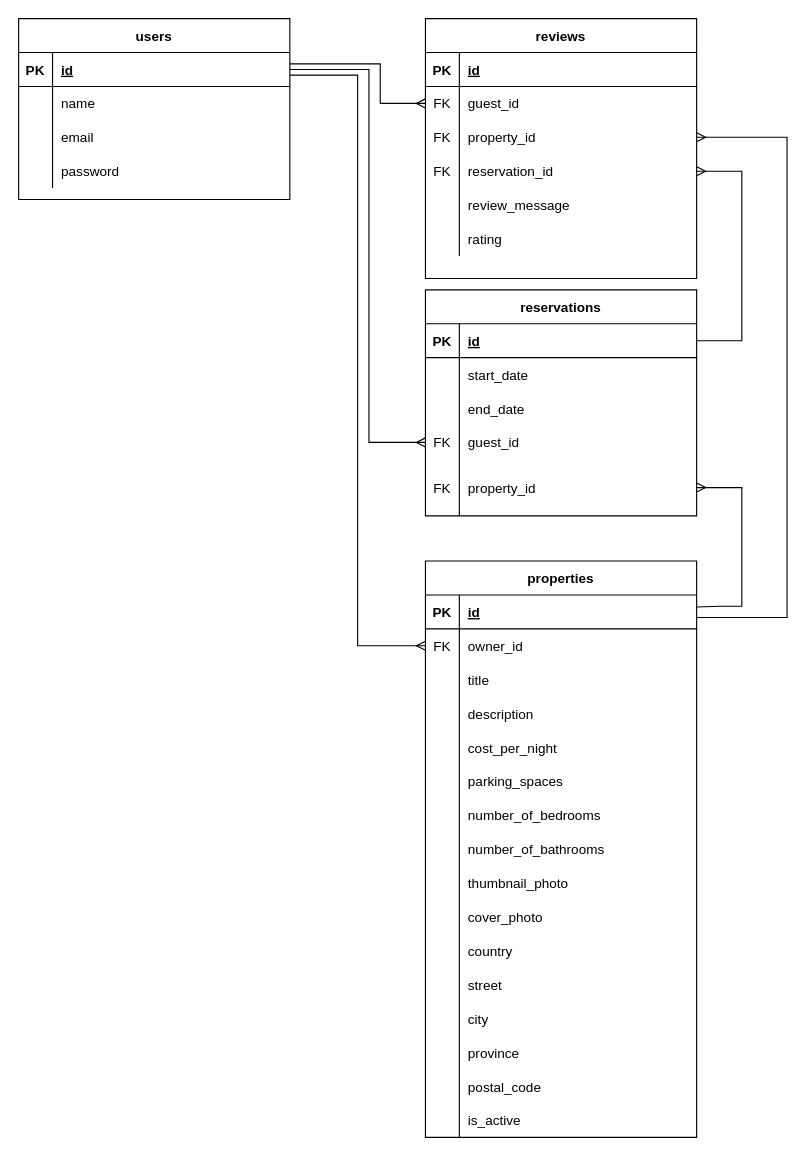
Earlier version of the draw.io diagram LighthouseBnB.drawio (Emily-Waters/LightBnB). Source tidied: cells renumbered, new cells numbered last; positions are measured from the earlier drawing's top-left corner, leaving out a move shared by most shapes. Both pictures are drawn from the tidied source at 113%, with x=0, y=0 at pixel (18, 18).
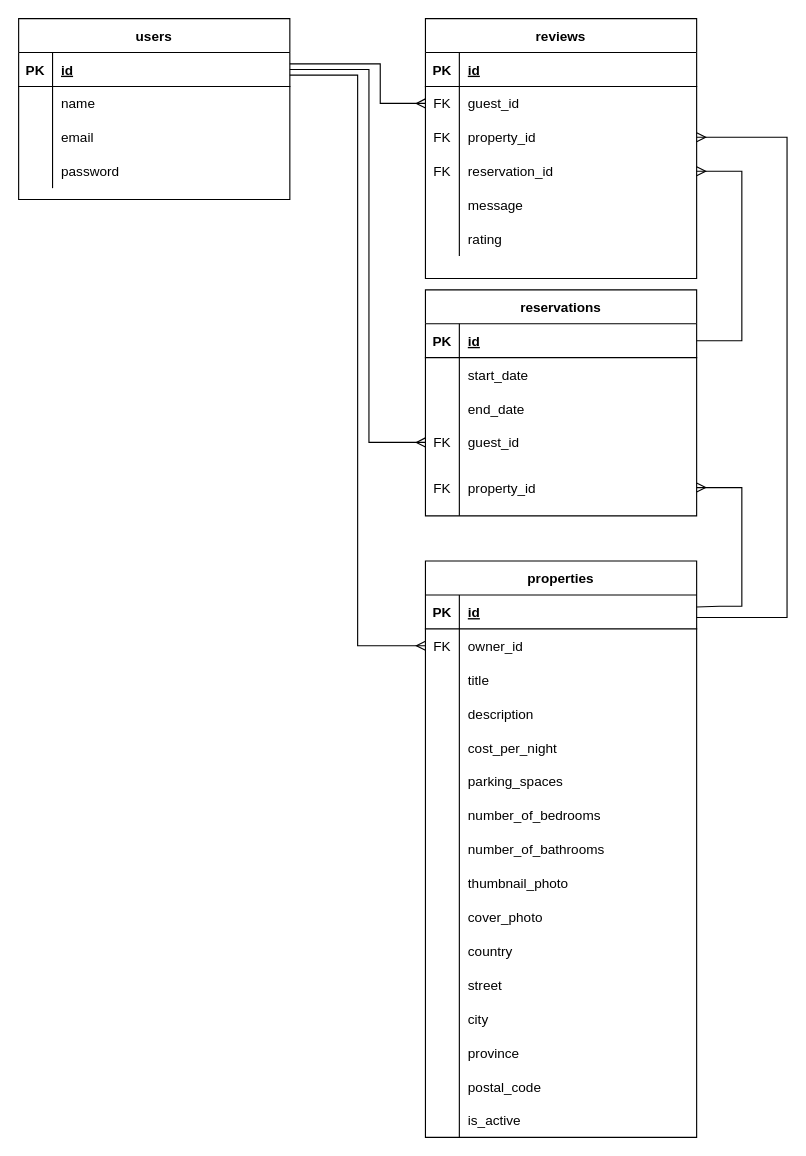
The same diagram, later.

Unchanged cells that the change refers to:
```xml
<mxCell id="28" style="shape=partialRectangle;fillColor=none;top=0;left=0;right=0;bottom=0;" parent="15" vertex="1">
  <mxGeometry y="150" width="240" height="30" as="geometry" />
</mxCell>
```

Diff of the diagram source:
```diff
@@
-    <mxCell id="30" value="review_message" style="shape=partialRectangle;overflow=hidden;fillColor=none;top=0;left=0;bottom=0;right=0;align=left;spacingLeft=6;" parent="28" vertex="1">
+    <mxCell id="30" value="message" style="shape=partialRectangle;overflow=hidden;fillColor=none;top=0;left=0;bottom=0;right=0;align=left;spacingLeft=6;" parent="28" vertex="1">
       <mxGeometry x="30" width="210" height="30" as="geometry" />
     </mxCell>
```
